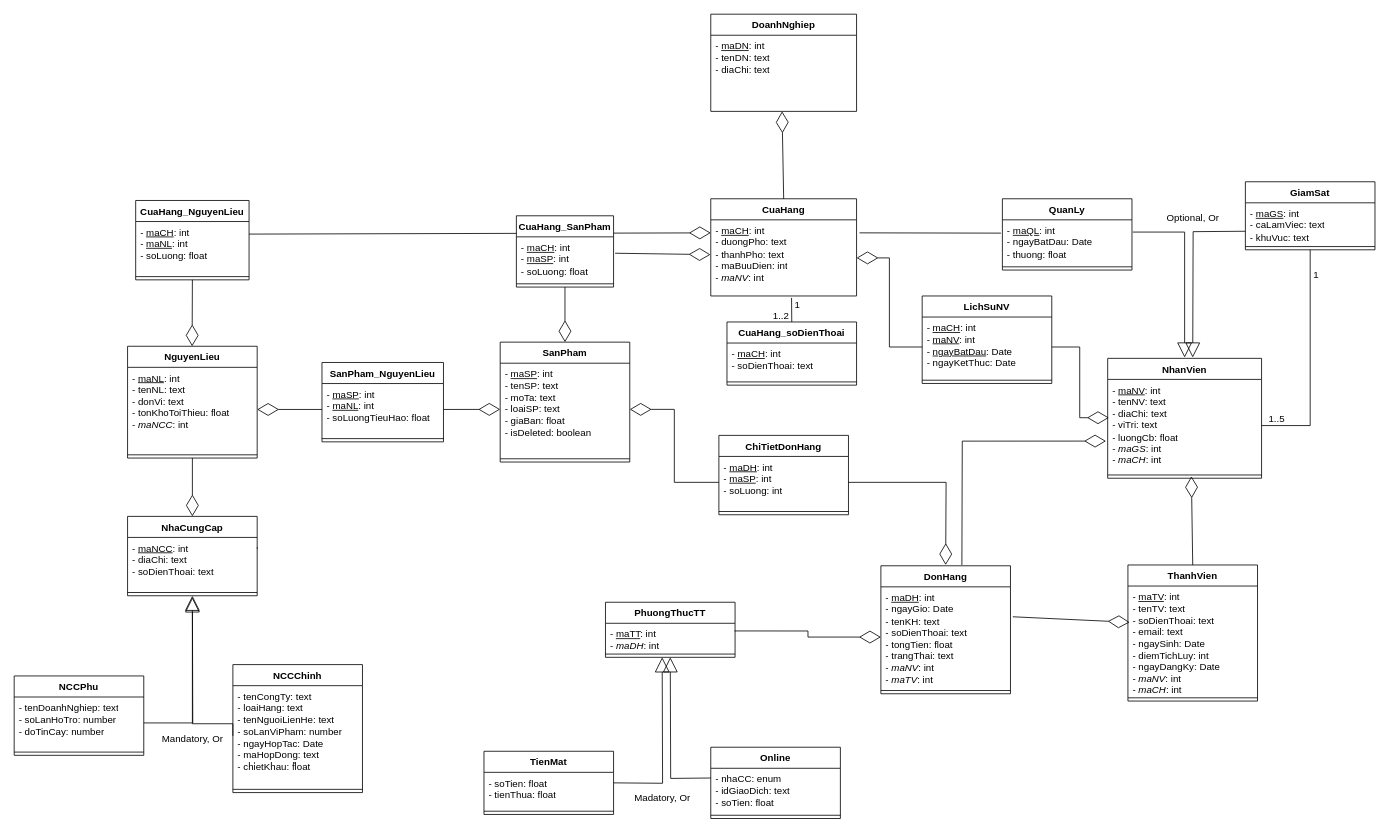
holedev/ths-csdl keeps this draw.io diagram as coffeeShop.drawio. Above is the earlier version. Source tidied: cells renumbered, new cells numbered last; positions are measured from the earlier drawing's top-left corner, leaving out a move shared by most shapes. Both pictures are drawn from the tidied source at 81%, with x=0, y=0 at pixel (14, 14).
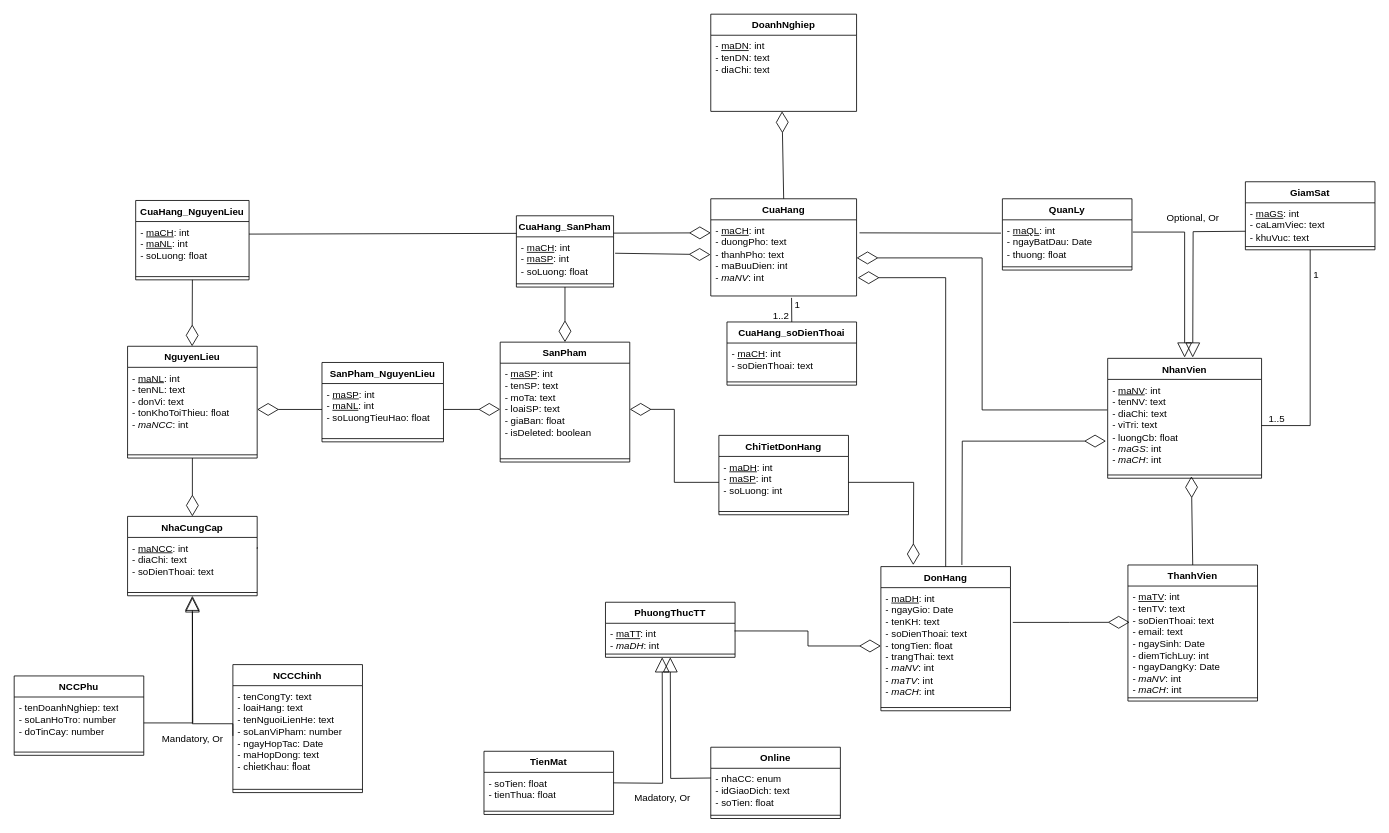
Above is the later version.

The change refers to these unchanged cells:
```xml
<mxCell id="3" value="- &lt;u&gt;maCH&lt;/u&gt;: int&amp;nbsp;&lt;div&gt;- duongPho: text&lt;/div&gt;&lt;div&gt;- thanhPho: text&lt;/div&gt;&lt;div&gt;- maBuuDien: int&lt;/div&gt;&lt;div&gt;- &lt;i&gt;maNV&lt;/i&gt;: int&lt;/div&gt;" style="text;strokeColor=none;fillColor=none;align=left;verticalAlign=top;spacingLeft=4;spacingRight=4;overflow=hidden;points=[[0,0.5],[1,0.5]];portConstraint=eastwest;whiteSpace=wrap;html=1;" parent="2" vertex="1">
  <mxGeometry y="26" width="180" height="94" as="geometry" />
</mxCell>
<mxCell id="5" value="- &lt;u&gt;maNV&lt;/u&gt;: int&lt;div&gt;- tenNV: text&lt;/div&gt;&lt;div&gt;- diaChi: text&lt;/div&gt;&lt;div&gt;- viTri: text&lt;/div&gt;&lt;div&gt;- luongCb: float&lt;/div&gt;&lt;div&gt;- &lt;i&gt;maGS&lt;/i&gt;: int&lt;/div&gt;&lt;div&gt;- &lt;i&gt;maCH&lt;/i&gt;: int&lt;/div&gt;" style="text;strokeColor=none;fillColor=none;align=left;verticalAlign=top;spacingLeft=4;spacingRight=4;overflow=hidden;points=[[0,0.5],[1,0.5]];portConstraint=eastwest;whiteSpace=wrap;html=1;" parent="4" vertex="1">
  <mxGeometry y="26" width="190" height="114" as="geometry" />
</mxCell>
<mxCell id="29" value="- &lt;u&gt;maTV&lt;/u&gt;: int&lt;div&gt;- tenTV: text&lt;/div&gt;&lt;div&gt;- soDienThoai: text&lt;/div&gt;&lt;div&gt;- email: text&lt;/div&gt;&lt;div&gt;- ngaySinh: Date&lt;/div&gt;&lt;div&gt;- diemTichLuy: int&lt;/div&gt;&lt;div&gt;- ngayDangKy: Date&lt;/div&gt;&lt;div&gt;- &lt;i&gt;maNV&lt;/i&gt;: int&lt;/div&gt;&lt;div&gt;- &lt;i&gt;maCH&lt;/i&gt;: int&lt;/div&gt;" style="text;strokeColor=none;fillColor=none;align=left;verticalAlign=top;spacingLeft=4;spacingRight=4;overflow=hidden;points=[[0,0.5],[1,0.5]];portConstraint=eastwest;whiteSpace=wrap;html=1;" parent="28" vertex="1">
  <mxGeometry y="26" width="160" height="134" as="geometry" />
</mxCell>
<mxCell id="35" value="- &lt;u&gt;maDH&lt;/u&gt;: int&lt;div&gt;- &lt;u&gt;maSP&lt;/u&gt;: int&lt;/div&gt;&lt;div&gt;- soLuong: int&lt;/div&gt;" style="text;strokeColor=none;fillColor=none;align=left;verticalAlign=top;spacingLeft=4;spacingRight=4;overflow=hidden;points=[[0,0.5],[1,0.5]];portConstraint=eastwest;whiteSpace=wrap;html=1;" parent="34" vertex="1">
  <mxGeometry y="26" width="160" height="64" as="geometry" />
</mxCell>
```

Change to the diagram source:
```diff
@@
     <mxCell id="31" value="DonHang" style="swimlane;fontStyle=1;align=center;verticalAlign=top;horizontal=1;startSize=26;whiteSpace=wrap;html=1;" parent="1" vertex="1">
-      <mxGeometry x="1070" y="681" width="160" height="158" as="geometry" />
+      <mxGeometry x="1070" y="682" width="160" height="178" as="geometry" />
     </mxCell>
-    <mxCell id="32" value="- &lt;u&gt;maDH&lt;/u&gt;: int&lt;div&gt;- ngayGio: Date&lt;/div&gt;&lt;div&gt;- tenKH: text&lt;/div&gt;&lt;div&gt;- soDienThoai: text&lt;/div&gt;&lt;div&gt;- tongTien: float&lt;/div&gt;&lt;div&gt;- trangThai: text&lt;/div&gt;&lt;div&gt;- &lt;i&gt;maNV&lt;/i&gt;: int&lt;/div&gt;&lt;div&gt;-&amp;nbsp;&lt;i style=&quot;background-color: transparent; color: light-dark(rgb(0, 0, 0), rgb(255, 255, 255));&quot;&gt;maTV&lt;/i&gt;&lt;span style=&quot;background-color: transparent; color: light-dark(rgb(0, 0, 0), rgb(255, 255, 255));&quot;&gt;: int&lt;/span&gt;&lt;/div&gt;" style="text;strokeColor=none;fillColor=none;align=left;verticalAlign=top;spacingLeft=4;spacingRight=4;overflow=hidden;points=[[0,0.5],[1,0.5]];portConstraint=eastwest;whiteSpace=wrap;html=1;" parent="31" vertex="1">
-      <mxGeometry y="26" width="160" height="124" as="geometry" />
+    <mxCell id="32" value="- &lt;u&gt;maDH&lt;/u&gt;: int&lt;div&gt;- ngayGio: Date&lt;/div&gt;&lt;div&gt;- tenKH: text&lt;/div&gt;&lt;div&gt;- soDienThoai: text&lt;/div&gt;&lt;div&gt;- tongTien: float&lt;/div&gt;&lt;div&gt;- trangThai: text&lt;/div&gt;&lt;div&gt;- &lt;i&gt;maNV&lt;/i&gt;: int&lt;/div&gt;&lt;div&gt;-&amp;nbsp;&lt;i style=&quot;background-color: transparent; color: light-dark(rgb(0, 0, 0), rgb(255, 255, 255));&quot;&gt;maTV&lt;/i&gt;&lt;span style=&quot;background-color: transparent; color: light-dark(rgb(0, 0, 0), rgb(255, 255, 255));&quot;&gt;: int&lt;/span&gt;&lt;/div&gt;&lt;div&gt;&lt;span style=&quot;background-color: transparent; color: light-dark(rgb(0, 0, 0), rgb(255, 255, 255));&quot;&gt;- &lt;i&gt;maCH&lt;/i&gt;: int&lt;/span&gt;&lt;/div&gt;" style="text;strokeColor=none;fillColor=none;align=left;verticalAlign=top;spacingLeft=4;spacingRight=4;overflow=hidden;points=[[0,0.5],[1,0.5]];portConstraint=eastwest;whiteSpace=wrap;html=1;" parent="31" vertex="1">
+      <mxGeometry y="26" width="160" height="144" as="geometry" />
     </mxCell>
     <mxCell id="33" style="line;strokeWidth=1;fillColor=none;align=left;verticalAlign=middle;spacingTop=-1;spacingLeft=3;spacingRight=3;labelPosition=right;strokeColor=inherit;" parent="31" vertex="1">
-      <mxGeometry y="150" width="160" height="8" as="geometry" />
+      <mxGeometry y="170" width="160" height="8" as="geometry" />
     </mxCell>
@@
-    <mxCell id="55" style="endArrow=diamondThin;endFill=0;endSize=24;html=1;rounded=0;exitX=1.018;exitY=0.298;exitDx=0;exitDy=0;exitPerimeter=0;entryX=0.013;entryY=0.334;entryDx=0;entryDy=0;entryPerimeter=0;" parent="1" edge="1" source="32" target="29">
+    <mxCell id="55" style="endArrow=diamondThin;endFill=0;endSize=24;html=1;rounded=0;exitX=1.018;exitY=0.298;exitDx=0;exitDy=0;exitPerimeter=0;entryX=0.013;entryY=0.334;entryDx=0;entryDy=0;entryPerimeter=0;edgeStyle=orthogonalEdgeStyle;" parent="1" edge="1" source="32" target="29">
       <mxGeometry relative="1" as="geometry" />
     </mxCell>
@@
     <mxCell id="65" style="endArrow=diamondThin;endFill=0;endSize=24;html=1;rounded=0;exitX=1;exitY=0.5;exitDx=0;exitDy=0;edgeStyle=orthogonalEdgeStyle;" parent="1" edge="1" source="35">
       <mxGeometry relative="1" as="geometry">
-        <mxPoint x="1150" y="680" as="targetPoint" />
+        <mxPoint x="1110" y="680" as="targetPoint" />
       </mxGeometry>
     </mxCell>
@@
-    <mxCell id="91" value="LichSuNV" style="swimlane;fontStyle=1;align=center;verticalAlign=top;horizontal=1;startSize=26;whiteSpace=wrap;html=1;" parent="1" vertex="1">
-      <mxGeometry x="1121" y="347.9" width="160" height="108" as="geometry" />
-    </mxCell>
-    <mxCell id="92" value="&lt;div&gt;- &lt;u&gt;maCH&lt;/u&gt;: int&lt;/div&gt;&lt;div&gt;- &lt;u&gt;maNV&lt;/u&gt;: int&lt;/div&gt;&lt;div&gt;- &lt;u&gt;ngayBatDau&lt;/u&gt;: Date&lt;/div&gt;&lt;div&gt;- ngayKetThuc: Date&lt;/div&gt;" style="text;strokeColor=none;fillColor=none;align=left;verticalAlign=top;spacingLeft=4;spacingRight=4;overflow=hidden;points=[[0,0.5],[1,0.5]];portConstraint=eastwest;whiteSpace=wrap;html=1;" parent="91" vertex="1">
-      <mxGeometry y="26" width="160" height="74" as="geometry" />
-    </mxCell>
-    <mxCell id="93" style="line;strokeWidth=1;fillColor=none;align=left;verticalAlign=middle;spacingTop=-1;spacingLeft=3;spacingRight=3;labelPosition=right;strokeColor=inherit;" parent="91" vertex="1">
-      <mxGeometry y="100" width="160" height="8" as="geometry" />
-    </mxCell>
-    <mxCell id="94" style="endArrow=diamondThin;endFill=0;endSize=24;html=1;rounded=0;exitX=1;exitY=0.5;exitDx=0;exitDy=0;entryX=0.008;entryY=0.415;entryDx=0;entryDy=0;entryPerimeter=0;edgeStyle=orthogonalEdgeStyle;" parent="1" edge="1" source="92" target="5">
-      <mxGeometry relative="1" as="geometry" />
-    </mxCell>
-    <mxCell id="95" style="endArrow=diamondThin;endFill=0;endSize=24;html=1;rounded=0;exitX=0;exitY=0.5;exitDx=0;exitDy=0;entryX=1;entryY=0.5;entryDx=0;entryDy=0;edgeStyle=orthogonalEdgeStyle;" parent="1" edge="1" source="92" target="3">
+    <mxCell id="95" style="endArrow=diamondThin;endFill=0;endSize=24;html=1;rounded=0;exitX=-0.003;exitY=0.331;exitDx=0;exitDy=0;entryX=1;entryY=0.5;entryDx=0;entryDy=0;edgeStyle=orthogonalEdgeStyle;exitPerimeter=0;" parent="1" edge="1" source="5" target="3">
       <mxGeometry relative="1" as="geometry" />
     </mxCell>
+    <mxCell id="96" style="endArrow=diamondThin;endFill=0;endSize=24;html=1;rounded=0;entryX=1.008;entryY=0.76;entryDx=0;entryDy=0;entryPerimeter=0;exitX=0.5;exitY=0;exitDx=0;exitDy=0;edgeStyle=orthogonalEdgeStyle;" parent="1" edge="1" source="31" target="3">
+      <mxGeometry relative="1" as="geometry" />
+    </mxCell>
```
